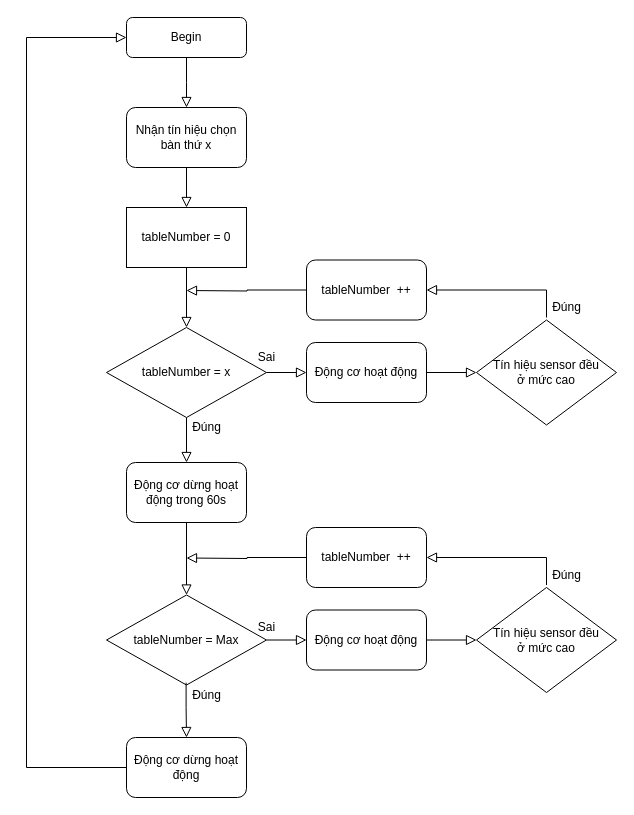
This is Untitled Diagram.drawio from manhph2211/Line-Follower-Robot, a draw.io file, before an edit. Source tidied: cells renumbered, new cells numbered last; positions are measured from the earlier drawing's top-left corner, leaving out a move shared by most shapes. Both pictures are drawn from the tidied source at 100%, with x=0, y=0 at pixel (26, 17).
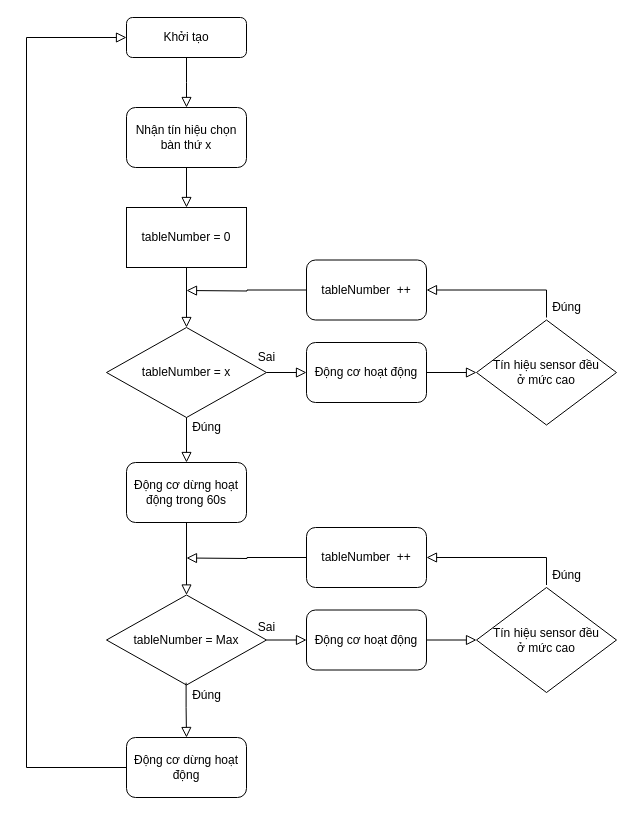
Above is the later version.

Change to the diagram source:
```diff
@@
-    <mxCell id="3" value="Begin" style="rounded=1;whiteSpace=wrap;html=1;fontSize=12;glass=0;strokeWidth=1;shadow=0;" parent="1" vertex="1">
+    <mxCell id="3" value="Khởi tạo" style="rounded=1;whiteSpace=wrap;html=1;fontSize=12;glass=0;strokeWidth=1;shadow=0;" parent="1" vertex="1">
       <mxGeometry x="100" width="120" height="40" as="geometry" />
     </mxCell>
```
